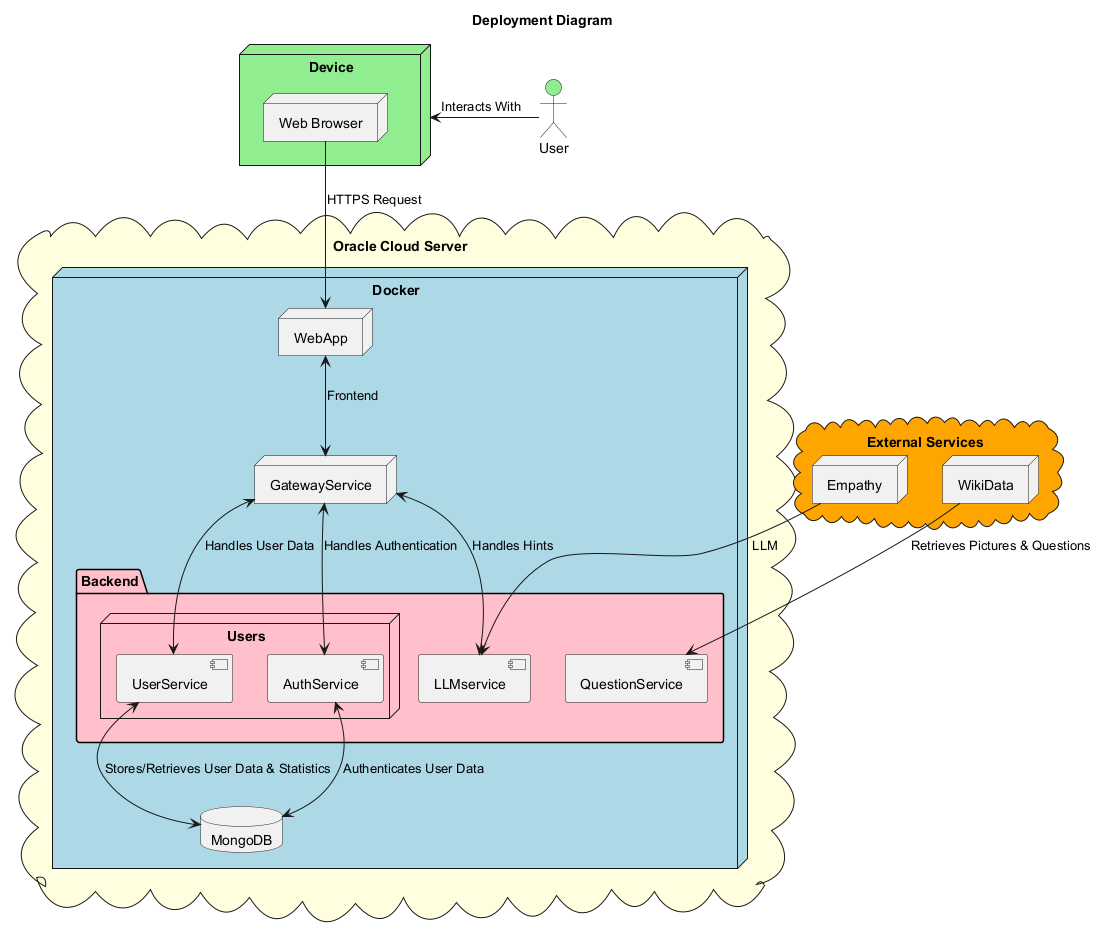
Before: images/Deployment-View.png, a diagram exported from PlantUML (Arquisoft/wichat_en3b).
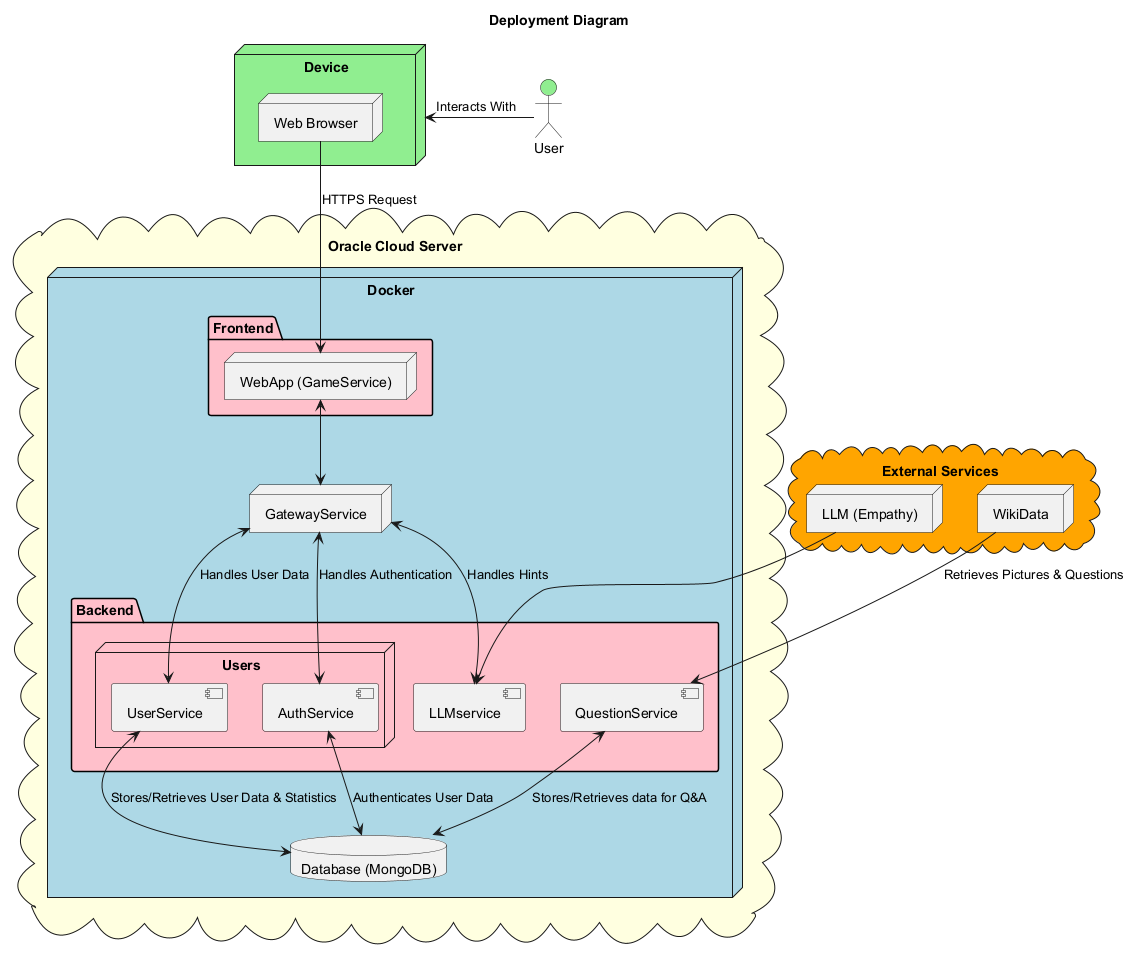
After the commit.

Change to the diagram source:
```diff
@@ -9,36 +9,39 @@
 
 cloud "Oracle Cloud Server" as server #lightyellow {
     node "Docker" as docker #lightblue {
-        node "WebApp" as webapp
+        folder "Frontend" as frontend #pink {
+            node "WebApp (GameService)" as webapp
+        }
+
         node "GatewayService" as gateway
-        database "MongoDB" as db
+        database "Database (MongoDB)" as db
 
         folder "Backend" as microservices #pink {
             node "Users" as users {
               component "AuthService" as authservice
               component "UserService" as userservice
             }
+            component "QuestionService" as questionservice
             component "LLMservice" as llmservice
-            component "QuestionService" as questionservice
         }
     }
-
 }
 
 cloud "External Services" as external #orange {
     node "WikiData" as wikidata
-    node "Empathy" as empathy
+    node "LLM (Empathy)" as empathy
 }
 
 user -left-> device : Interacts With
 browser --> webapp : HTTPS Request
-webapp <--> gateway : Frontend
+webapp <--> gateway
 gateway <--> authservice : Handles Authentication
 gateway <--> userservice : Handles User Data
 gateway <--> llmservice : Handles Hints
-empathy --> llmservice : LLM
+empathy --> llmservice
 wikidata --> questionservice : Retrieves Pictures & Questions
 userservice <--> db : Stores/Retrieves User Data & Statistics
 authservice <--> db : Authenticates User Data
+questionservice <--> db : Stores/Retrieves data for Q&A
 
 @enduml
```
